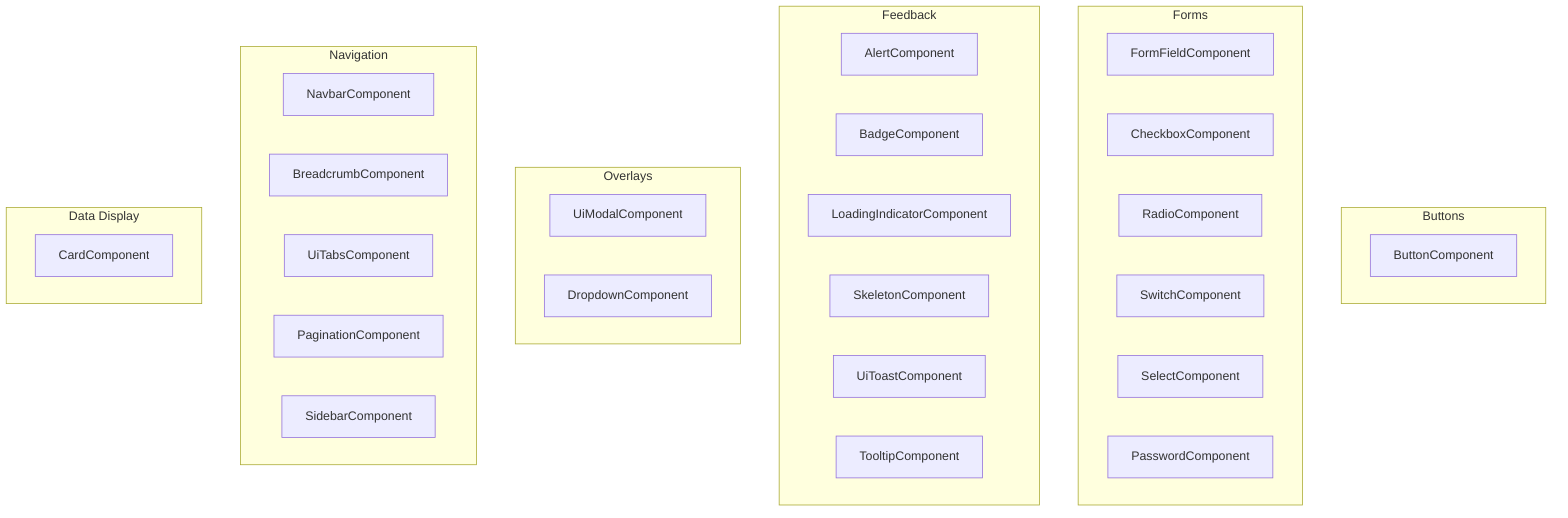
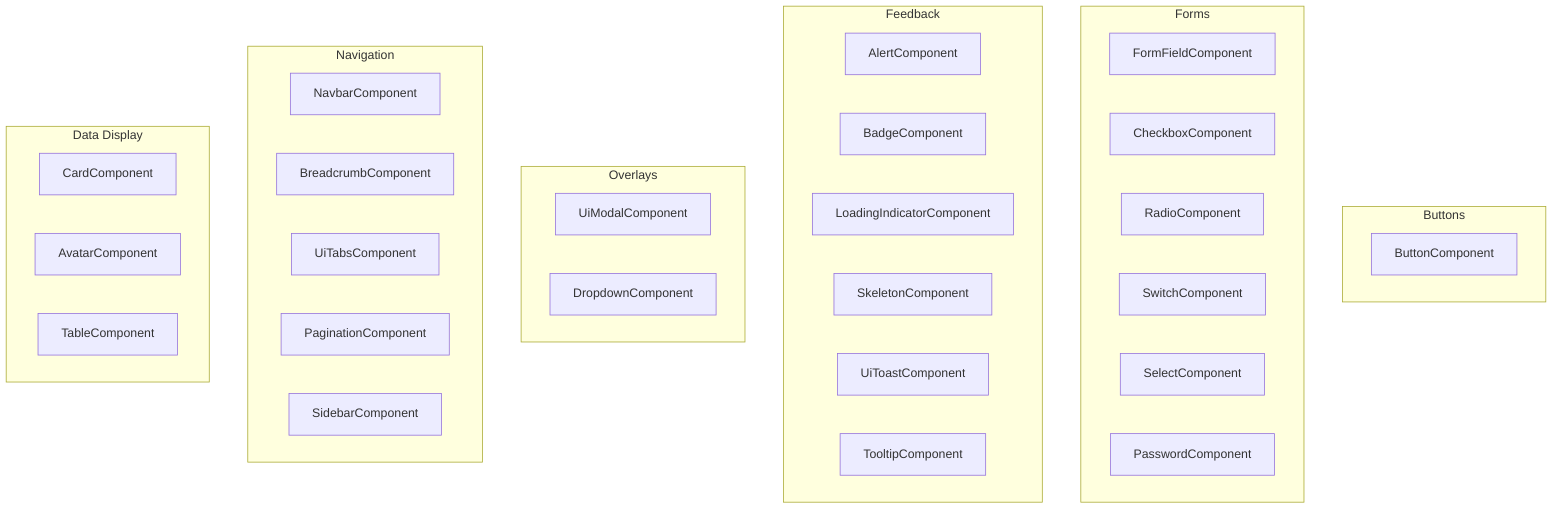
flowchart TB
  subgraph buttons["Buttons"]
    button_component["ButtonComponent"]
  end

  subgraph forms["Forms"]
    form_field_component["FormFieldComponent"]
    checkbox_component["CheckboxComponent"]
    radio_component["RadioComponent"]
    switch_component["SwitchComponent"]
    select_component["SelectComponent"]
    password_component["PasswordComponent"]
  end

  subgraph feedback["Feedback"]
    alert_component["AlertComponent"]
    badge_component["BadgeComponent"]
    loading_indicator_component["LoadingIndicatorComponent"]
    skeleton_component["SkeletonComponent"]
    ui_toast_component["UiToastComponent"]
    tooltip_component["TooltipComponent"]
  end

  subgraph overlays["Overlays"]
    ui_modal_component["UiModalComponent"]
    dropdown_component["DropdownComponent"]
  end

  subgraph navigation["Navigation"]
    navbar_component["NavbarComponent"]
    breadcrumb_component["BreadcrumbComponent"]
    ui_tabs_component["UiTabsComponent"]
    pagination_component["PaginationComponent"]
    sidebar_component["SidebarComponent"]
  end

  subgraph data_display["Data Display"]
    card_component["CardComponent"]
+     avatar_component["AvatarComponent"]
+     table_component["TableComponent"]
  end
